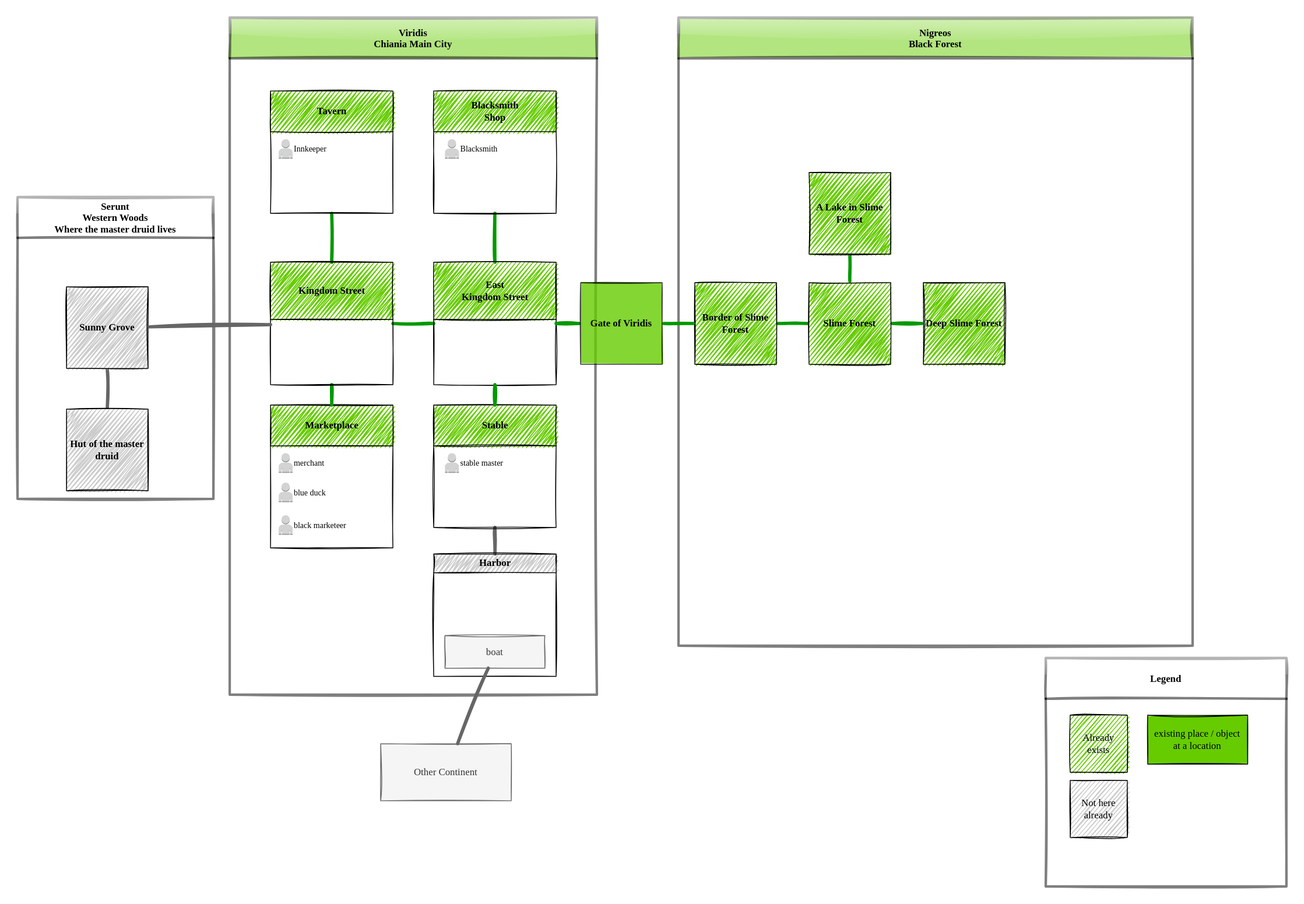
Before: docs/world/salvia/include/salvia_map.drawio.svg, a diagram exported from draw.io (RudolfAchter/chiania). Source tidied: cells renumbered, new cells last; positions are measured from the earlier drawing's top-left corner, leaving out a move shared by most shapes.
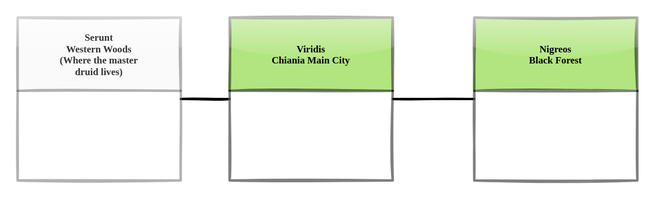
Above is the later version.

Diff of the diagram source:
```diff
@@ -2,134 +2,20 @@
   <root>
     <mxCell id="0" />
     <mxCell id="1" parent="0" />
+    <mxCell id="45" style="edgeStyle=none;html=1;fontFamily=8-bit Operator+;fontSize=10;endArrow=none;endFill=0;strokeWidth=3;sketch=1;" parent="1" edge="1" source="2" target="31">
+      <mxGeometry relative="1" as="geometry" />
+    </mxCell>
+    <mxCell id="46" style="edgeStyle=none;html=1;fontFamily=8-bit Operator+;fontSize=10;endArrow=none;endFill=0;strokeWidth=3;sketch=1;" parent="1" edge="1" source="2" target="23">
+      <mxGeometry relative="1" as="geometry" />
+    </mxCell>
-    <mxCell id="2" value="Viridis &#10;Chiania Main City" style="swimlane;glass=1;swimlaneLine=1;swimlaneFillColor=default;gradientColor=none;fillColor=#66CC00;sketch=1;shadow=0;rounded=0;opacity=50;strokeWidth=3;startSize=50;fontFamily=&quot;8-bit Operator+&quot;;fillStyle=solid;" parent="1" vertex="1">
-      <mxGeometry x="260" width="450" height="830" as="geometry" />
+    <mxCell id="2" value="Viridis &#10;Chiania Main City" style="swimlane;glass=1;swimlaneLine=1;swimlaneFillColor=default;gradientColor=none;fillColor=#66CC00;sketch=1;shadow=0;rounded=0;opacity=50;strokeWidth=3;startSize=90;fontFamily=&quot;8-bit Operator+&quot;;fillStyle=solid;" parent="1" vertex="1">
+      <mxGeometry x="510" y="220" width="200" height="200" as="geometry" />
     </mxCell>
-    <mxCell id="3" style="edgeStyle=none;html=1;entryX=1;entryY=0.5;entryDx=0;entryDy=0;endArrow=none;strokeColor=#009900;endFill=0;strokeWidth=4;sketch=1;" parent="2" edge="1" source="5" target="18">
-      <mxGeometry relative="1" as="geometry" />
-    </mxCell>
-    <mxCell id="4" style="edgeStyle=none;html=1;fontFamily=Helvetica;fontSize=11;endArrow=none;strokeColor=#009900;endFill=0;strokeWidth=4;sketch=1;" parent="2" edge="1" source="5" target="19">
-      <mxGeometry relative="1" as="geometry" />
-    </mxCell>
-    <mxCell id="5" value="East&lt;br&gt;Kingdom Street" style="swimlane;fontFamily=&quot;8-bit Operator+&quot;;fontSize=12;fontColor=rgb(0, 0, 0);align=center;strokeColor=rgb(0, 0, 0);strokeWidth=1;fillColor=#66CC00;html=1;sketch=1;fillStyle=zigzag;startSize=70;" parent="2" vertex="1">
-      <mxGeometry x="250" y="300" width="150" height="150" as="geometry" />
-    </mxCell>
-    <mxCell id="6" style="edgeStyle=none;shape=connector;rounded=1;sketch=1;html=1;labelBackgroundColor=default;fontFamily=&quot;8-bit Operator+&quot;;fontSize=12;fontColor=#333333;endArrow=none;endFill=0;strokeColor=#666666;strokeWidth=4;" parent="2" edge="1" source="7" target="14">
-      <mxGeometry relative="1" as="geometry" />
-    </mxCell>
-    <mxCell id="7" value="Stable" style="swimlane;fontFamily=&quot;8-bit Operator+&quot;;fontSize=12;fontColor=rgb(0, 0, 0);align=center;strokeColor=rgb(0, 0, 0);strokeWidth=1;fillColor=#66CC00;html=1;sketch=1;fillStyle=zigzag;startSize=50;" parent="2" vertex="1">
-      <mxGeometry x="250" y="475" width="150" height="150" as="geometry" />
-    </mxCell>
-    <mxCell id="8" value="stable master" style="dashed=0;verticalLabelPosition=middle;verticalAlign=middle;align=left;html=1;shape=mxgraph.aws3.user;fillColor=#D2D3D3;gradientColor=none;sketch=0;fillStyle=solid;labelPosition=right;fontFamily=&quot;8-bit Operator+&quot;;fontSize=10;" parent="7" vertex="1">
-      <mxGeometry x="13.7" y="59" width="17.1" height="24" as="geometry" />
-    </mxCell>
-    <mxCell id="9" style="edgeStyle=none;html=1;endArrow=none;endFill=0;exitX=0.5;exitY=1;exitDx=0;exitDy=0;entryX=0.5;entryY=0;entryDx=0;entryDy=0;strokeWidth=4;strokeColor=#009900;sketch=1;" parent="2" edge="1" source="5" target="7">
-      <mxGeometry relative="1" as="geometry" />
-    </mxCell>
-    <mxCell id="10" value="Marketplace" style="swimlane;fontFamily=&quot;8-bit Operator+&quot;;fontSize=12;fontColor=rgb(0, 0, 0);align=center;strokeColor=rgb(0, 0, 0);strokeWidth=1;fillColor=#66CC00;html=1;sketch=1;fillStyle=zigzag;startSize=50;" parent="2" vertex="1">
-      <mxGeometry x="50" y="475" width="150" height="175" as="geometry" />
-    </mxCell>
-    <mxCell id="11" value="merchant" style="dashed=0;verticalLabelPosition=middle;verticalAlign=middle;align=left;html=1;shape=mxgraph.aws3.user;fillColor=#D2D3D3;gradientColor=none;sketch=0;fillStyle=solid;labelPosition=right;fontFamily=&quot;8-bit Operator+&quot;;fontSize=10;" parent="10" vertex="1">
-      <mxGeometry x="10" y="59" width="17.1" height="24" as="geometry" />
-    </mxCell>
-    <mxCell id="12" value="blue duck" style="dashed=0;verticalLabelPosition=middle;verticalAlign=middle;align=left;html=1;shape=mxgraph.aws3.user;fillColor=#D2D3D3;gradientColor=none;sketch=0;fillStyle=solid;labelPosition=right;fontFamily=&quot;8-bit Operator+&quot;;fontSize=10;" parent="10" vertex="1">
-      <mxGeometry x="10" y="95" width="17.1" height="24" as="geometry" />
-    </mxCell>
-    <mxCell id="13" value="black marketeer" style="dashed=0;verticalLabelPosition=middle;verticalAlign=middle;align=left;html=1;shape=mxgraph.aws3.user;fillColor=#D2D3D3;gradientColor=none;sketch=0;fillStyle=solid;labelPosition=right;fontFamily=&quot;8-bit Operator+&quot;;fontSize=10;" parent="10" vertex="1">
-      <mxGeometry x="10" y="135" width="17.1" height="24" as="geometry" />
-    </mxCell>
-    <mxCell id="14" value="Harbor" style="swimlane;fontFamily=&quot;8-bit Operator+&quot;;fontSize=12;fontColor=rgb(0, 0, 0);align=center;strokeColor=rgb(0, 0, 0);strokeWidth=1;fillColor=#CCCCCC;html=1;sketch=1;fillStyle=zigzag;" parent="2" vertex="1">
-      <mxGeometry x="250" y="657.5" width="150" height="150" as="geometry" />
-    </mxCell>
-    <mxCell id="15" value="boat" style="rounded=0;whiteSpace=wrap;html=1;glass=0;labelBackgroundColor=none;labelBorderColor=none;sketch=1;fontFamily=&quot;8-bit Operator+&quot;;fontSize=12;strokeWidth=1;fillColor=#f5f5f5;spacing=4;fontStyle=0;fillStyle=solid;fontColor=#333333;strokeColor=#666666;" parent="14" vertex="1">
-      <mxGeometry x="13.8" y="100" width="122.5" height="40" as="geometry" />
-    </mxCell>
-    <mxCell id="16" style="edgeStyle=none;html=1;fontFamily=Helvetica;fontSize=11;endArrow=none;strokeColor=#009900;endFill=0;strokeWidth=4;sketch=1;" parent="2" edge="1" source="18" target="10">
-      <mxGeometry relative="1" as="geometry" />
-    </mxCell>
-    <mxCell id="17" style="edgeStyle=none;html=1;fontFamily=Helvetica;fontSize=11;endArrow=none;strokeColor=#009900;endFill=0;strokeWidth=4;sketch=1;" parent="2" edge="1" source="18" target="21">
-      <mxGeometry relative="1" as="geometry" />
-    </mxCell>
-    <mxCell id="18" value="Kingdom Street" style="swimlane;fontFamily=&quot;8-bit Operator+&quot;;fontSize=12;fontColor=rgb(0, 0, 0);align=center;strokeColor=rgb(0, 0, 0);strokeWidth=1;fillColor=#66CC00;html=1;sketch=1;fillStyle=zigzag;startSize=70;" parent="2" vertex="1">
-      <mxGeometry x="50" y="300" width="150" height="150" as="geometry" />
-    </mxCell>
-    <mxCell id="19" value="Blacksmith&lt;br&gt;Shop" style="swimlane;fontFamily=&quot;8-bit Operator+&quot;;fontSize=12;fontColor=rgb(0, 0, 0);align=center;strokeColor=rgb(0, 0, 0);strokeWidth=1;fillColor=#66CC00;html=1;sketch=1;fillStyle=zigzag;startSize=50;" parent="2" vertex="1">
-      <mxGeometry x="250" y="90" width="150" height="150" as="geometry" />
-    </mxCell>
-    <mxCell id="20" value="Blacksmith" style="dashed=0;verticalLabelPosition=middle;verticalAlign=middle;align=left;html=1;shape=mxgraph.aws3.user;fillColor=#D2D3D3;gradientColor=none;sketch=0;fillStyle=solid;labelPosition=right;fontFamily=&quot;8-bit Operator+&quot;;fontSize=10;" parent="19" vertex="1">
-      <mxGeometry x="13.7" y="59" width="17.1" height="24" as="geometry" />
-    </mxCell>
-    <mxCell id="21" value="Tavern" style="swimlane;fontFamily=&quot;8-bit Operator+&quot;;fontSize=12;fontColor=rgb(0, 0, 0);align=center;strokeColor=rgb(0, 0, 0);strokeWidth=1;fillColor=#66CC00;html=1;sketch=1;fillStyle=zigzag;startSize=50;" parent="2" vertex="1">
-      <mxGeometry x="50" y="90" width="150" height="150" as="geometry" />
-    </mxCell>
-    <mxCell id="22" value="Innkeeper" style="dashed=0;verticalLabelPosition=middle;verticalAlign=middle;align=left;html=1;shape=mxgraph.aws3.user;fillColor=#D2D3D3;gradientColor=none;sketch=0;fillStyle=solid;labelPosition=right;fontFamily=&quot;8-bit Operator+&quot;;fontSize=10;" parent="21" vertex="1">
-      <mxGeometry x="10" y="59" width="17.1" height="24" as="geometry" />
-    </mxCell>
-    <mxCell id="23" value="Nigreos&#10;Black Forest" style="swimlane;&#10;swimlaneFillColor=#999999;&#10;fillColor=#66CC00;&#10;swimlaneLine=1;swimlaneFillColor=default;&#10;opacity=50%;opacity=50;strokeWidth=3;startSize=50;fontFamily=&quot;8-bit Operator+&quot;;&#10;glass=1;&#10;gradientColor=none;&#10;sketch=1;shadow=0;rounded=0;fillColor=#66CC00;glass=1;sketch=1;fillStyle=solid;" parent="1" vertex="1">
-      <mxGeometry x="810" width="630" height="770" as="geometry" />
+    <mxCell id="23" value="Nigreos&#10;Black Forest" style="swimlane;&#10;swimlaneFillColor=#999999;&#10;fillColor=#66CC00;&#10;swimlaneLine=1;swimlaneFillColor=default;&#10;opacity=50%;opacity=50;strokeWidth=3;startSize=90;fontFamily=&quot;8-bit Operator+&quot;;&#10;glass=1;&#10;gradientColor=none;&#10;sketch=1;shadow=0;rounded=0;fillColor=#66CC00;glass=1;sketch=1;fillStyle=solid;" parent="1" vertex="1">
+      <mxGeometry x="810" y="220" width="200" height="200" as="geometry" />
     </mxCell>
-    <mxCell id="24" style="edgeStyle=none;html=1;fontFamily=Helvetica;fontSize=11;endArrow=none;strokeColor=#009900;endFill=0;strokeWidth=4;sketch=1;" parent="23" edge="1" source="25" target="28">
-      <mxGeometry relative="1" as="geometry" />
-    </mxCell>
-    <mxCell id="25" value="Border of Slime Forest" style="rounded=0;whiteSpace=wrap;html=1;sketch=1;fillColor=#66CC00;strokeWidth=1;fontFamily=&quot;8-bit Operator+&quot;;gradientColor=none;perimeterSpacing=2;labelBackgroundColor=none;labelBorderColor=none;spacing=4;fontStyle=1;fillStyle=zigzag;" parent="23" vertex="1">
-      <mxGeometry x="20" y="325" width="100" height="100" as="geometry" />
-    </mxCell>
-    <mxCell id="26" style="edgeStyle=none;html=1;fontFamily=Helvetica;fontSize=11;endArrow=none;strokeColor=#009900;endFill=0;strokeWidth=4;sketch=1;" parent="23" edge="1" source="28" target="29">
-      <mxGeometry relative="1" as="geometry" />
-    </mxCell>
-    <mxCell id="27" style="edgeStyle=none;html=1;fontFamily=Helvetica;fontSize=11;endArrow=none;strokeColor=#009900;endFill=0;strokeWidth=4;sketch=1;" parent="23" edge="1" source="28" target="30">
-      <mxGeometry relative="1" as="geometry" />
-    </mxCell>
-    <mxCell id="28" value="Slime Forest" style="rounded=0;whiteSpace=wrap;html=1;sketch=1;fillColor=#66CC00;strokeWidth=1;fontFamily=&quot;8-bit Operator+&quot;;gradientColor=none;perimeterSpacing=2;labelBackgroundColor=none;labelBorderColor=none;spacing=4;fontStyle=1;fillStyle=zigzag;" parent="23" vertex="1">
-      <mxGeometry x="160" y="325" width="100" height="100" as="geometry" />
-    </mxCell>
-    <mxCell id="29" value="Deep Slime Forest" style="rounded=0;whiteSpace=wrap;html=1;sketch=1;fillColor=#66CC00;strokeWidth=1;fontFamily=&quot;8-bit Operator+&quot;;gradientColor=none;perimeterSpacing=2;labelBackgroundColor=none;labelBorderColor=none;spacing=4;fontStyle=1;fillStyle=zigzag;" parent="23" vertex="1">
-      <mxGeometry x="300" y="325" width="100" height="100" as="geometry" />
-    </mxCell>
-    <mxCell id="30" value="A Lake in Slime Forest" style="rounded=0;whiteSpace=wrap;html=1;sketch=1;fillColor=#66CC00;strokeWidth=1;fontFamily=&quot;8-bit Operator+&quot;;gradientColor=none;perimeterSpacing=2;labelBackgroundColor=none;labelBorderColor=none;spacing=4;fontStyle=1;fillStyle=zigzag;" parent="23" vertex="1">
-      <mxGeometry x="160" y="190" width="100" height="100" as="geometry" />
-    </mxCell>
-    <mxCell id="31" value="Serunt&#10;Western Woods&#10;Where the master druid lives" style="swimlane;glass=1;fillColor=default;gradientColor=none;swimlaneFillColor=default;sketch=1;swimlaneLine=1;opacity=50;strokeWidth=3;startSize=50;fontFamily=&quot;8-bit Operator+&quot;;shadow=0;rounded=0;" parent="1" vertex="1">
-      <mxGeometry y="220" width="240" height="370" as="geometry" />
+    <mxCell id="31" value="Serunt&#10;Western Woods&#10;(Where the master &#10;druid lives)" style="swimlane;glass=1;fillColor=#f5f5f5;swimlaneFillColor=default;sketch=1;swimlaneLine=1;opacity=50;strokeWidth=3;startSize=90;fontFamily=&quot;8-bit Operator+&quot;;shadow=0;rounded=0;fillStyle=solid;fontColor=#333333;strokeColor=#666666;" parent="1" vertex="1">
+      <mxGeometry x="250" y="220" width="200" height="200" as="geometry" />
     </mxCell>
-    <mxCell id="32" style="edgeStyle=none;sketch=1;html=1;fontFamily=Helvetica;endArrow=none;strokeColor=#666666;endFill=0;strokeWidth=4;" parent="31" edge="1" source="33" target="34">
-      <mxGeometry relative="1" as="geometry" />
-    </mxCell>
-    <mxCell id="33" value="Sunny Grove" style="rounded=0;whiteSpace=wrap;html=1;sketch=1;fillColor=#CCCCCC;strokeWidth=1;fontFamily=&quot;8-bit Operator+&quot;;perimeterSpacing=2;spacingTop=0;spacingLeft=0;spacing=4;fontStyle=1;fillStyle=zigzag;" parent="31" vertex="1">
-      <mxGeometry x="60" y="110" width="100" height="100" as="geometry" />
-    </mxCell>
-    <mxCell id="34" value="Hut of the master druid" style="rounded=0;whiteSpace=wrap;html=1;sketch=1;fillColor=#CCCCCC;strokeWidth=1;fontFamily=&quot;8-bit Operator+&quot;;perimeterSpacing=2;spacingTop=0;spacingLeft=0;spacing=4;fontStyle=1;fillStyle=zigzag;" parent="31" vertex="1">
-      <mxGeometry x="60" y="260" width="100" height="100" as="geometry" />
-    </mxCell>
-    <mxCell id="35" style="edgeStyle=none;html=1;endArrow=none;endFill=0;strokeWidth=4;strokeColor=#666666;sketch=1;" parent="1" edge="1" source="18" target="33">
-      <mxGeometry relative="1" as="geometry" />
-    </mxCell>
-    <mxCell id="36" style="edgeStyle=none;html=1;endArrow=none;endFill=0;strokeWidth=4;strokeColor=#009900;sketch=1;" parent="1" edge="1" source="5" target="44">
-      <mxGeometry relative="1" as="geometry" />
-    </mxCell>
-    <mxCell id="37" value="Legend" style="swimlane;fillColor=default;startSize=50;swimlaneFillColor=default;opacity=50;strokeWidth=3;fontFamily=&quot;8-bit Operator+&quot;;glass=1;gradientColor=none;sketch=1;shadow=0;rounded=0;" parent="1" vertex="1">
-      <mxGeometry x="1260" y="785" width="295" height="280" as="geometry" />
-    </mxCell>
-    <mxCell id="38" value="Already exists" style="rounded=0;whiteSpace=wrap;html=1;sketch=1;fillColor=#66CC00;strokeWidth=1;fontFamily=&quot;8-bit Operator+&quot;;" parent="37" vertex="1">
-      <mxGeometry x="30" y="70" width="70" height="70" as="geometry" />
-    </mxCell>
-    <mxCell id="39" value="Not here already" style="rounded=0;whiteSpace=wrap;html=1;sketch=1;fillColor=#CCCCCC;strokeWidth=1;fontFamily=&quot;8-bit Operator+&quot;;" parent="37" vertex="1">
-      <mxGeometry x="30" y="150" width="70" height="70" as="geometry" />
-    </mxCell>
-    <mxCell id="40" value="existing place / object at a location" style="rounded=0;whiteSpace=wrap;html=1;glass=0;labelBackgroundColor=none;labelBorderColor=none;sketch=1;fontFamily=&quot;8-bit Operator+&quot;;fontSize=12;strokeWidth=1;gradientColor=none;fillColor=#66CC00;spacing=4;fontStyle=0;fillStyle=solid;" parent="37" vertex="1">
-      <mxGeometry x="125" y="70" width="122.5" height="60" as="geometry" />
-    </mxCell>
-    <mxCell id="41" value="Other Continent" style="rounded=0;whiteSpace=wrap;html=1;glass=0;labelBackgroundColor=none;labelBorderColor=none;sketch=1;fillStyle=solid;fontFamily=&quot;8-bit Operator+&quot;;fontSize=12;fontColor=#333333;strokeColor=#666666;strokeWidth=1;fillColor=#f5f5f5;" parent="1" vertex="1">
-      <mxGeometry x="445" y="890" width="160" height="70" as="geometry" />
-    </mxCell>
-    <mxCell id="42" style="edgeStyle=none;shape=connector;rounded=1;sketch=1;html=1;labelBackgroundColor=default;fontFamily=&quot;8-bit Operator+&quot;;fontSize=12;fontColor=#333333;endArrow=none;endFill=0;strokeColor=#666666;strokeWidth=4;" parent="1" edge="1" source="15" target="41">
-      <mxGeometry relative="1" as="geometry" />
-    </mxCell>
-    <mxCell id="43" style="edgeStyle=none;html=1;fontFamily=Helvetica;fontSize=11;endArrow=none;strokeColor=#009900;endFill=0;strokeWidth=4;sketch=1;" parent="1" edge="1" source="44" target="25">
-      <mxGeometry relative="1" as="geometry" />
-    </mxCell>
-    <mxCell id="44" value="Gate of Viridis" style="rounded=0;whiteSpace=wrap;html=1;sketch=1;fillColor=#66CC00;strokeWidth=1;fontFamily=&quot;8-bit Operator+&quot;;gradientColor=none;perimeterSpacing=2;labelBackgroundColor=none;labelBorderColor=none;spacing=4;fontStyle=1;fillStyle=solid;opacity=80;" parent="1" vertex="1">
-      <mxGeometry x="690" y="325" width="100" height="100" as="geometry" />
-    </mxCell>
   </root>
 </mxGraphModel>
```
